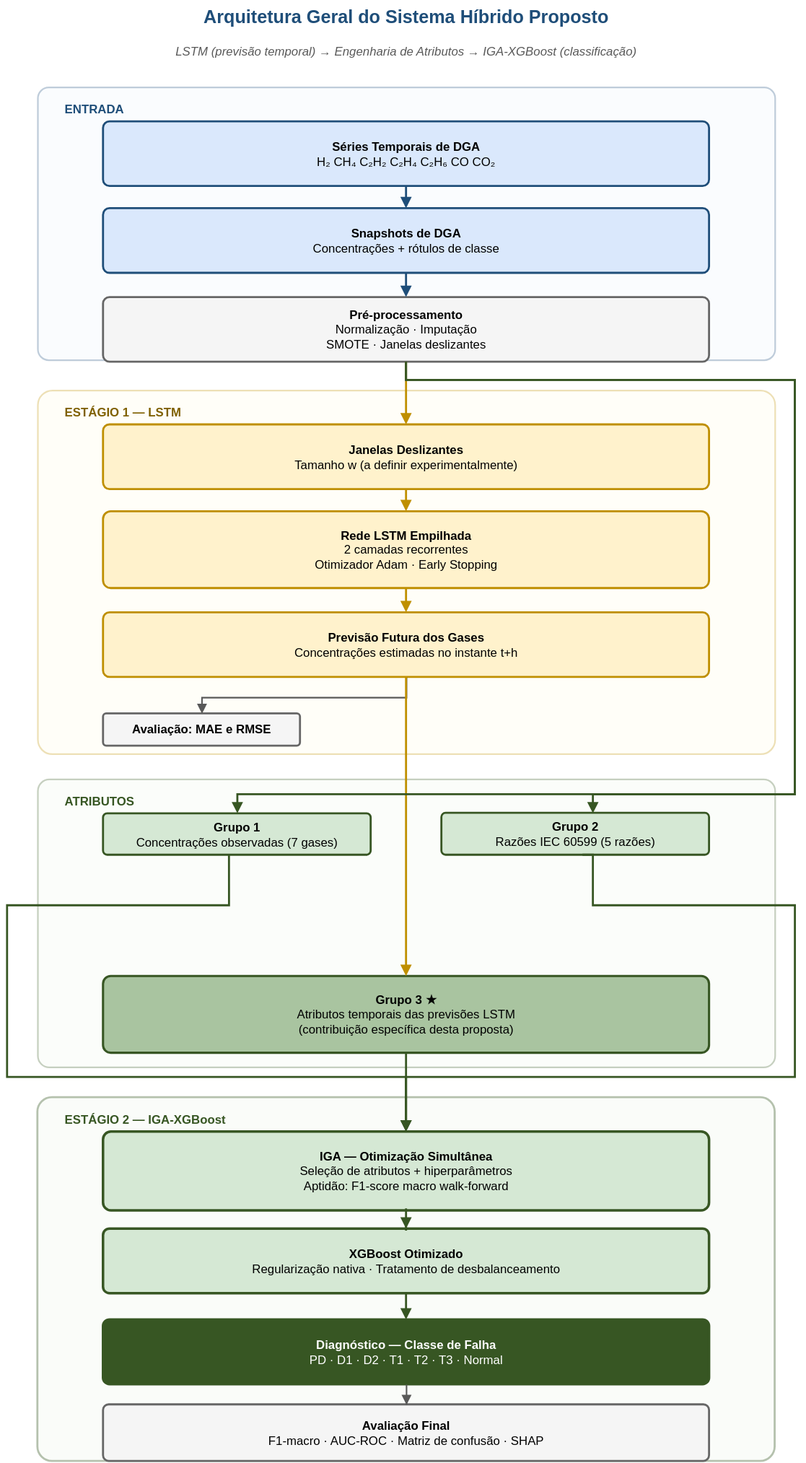
This is tcc-unisinos/figuras/Arquitetura.svg from Andrio530/TCC_Final, a draw.io export, as it was before one commit. Source tidied: cells renumbered, new cells last; positions are measured from the earlier drawing's top-left corner, leaving out a move shared by most shapes.
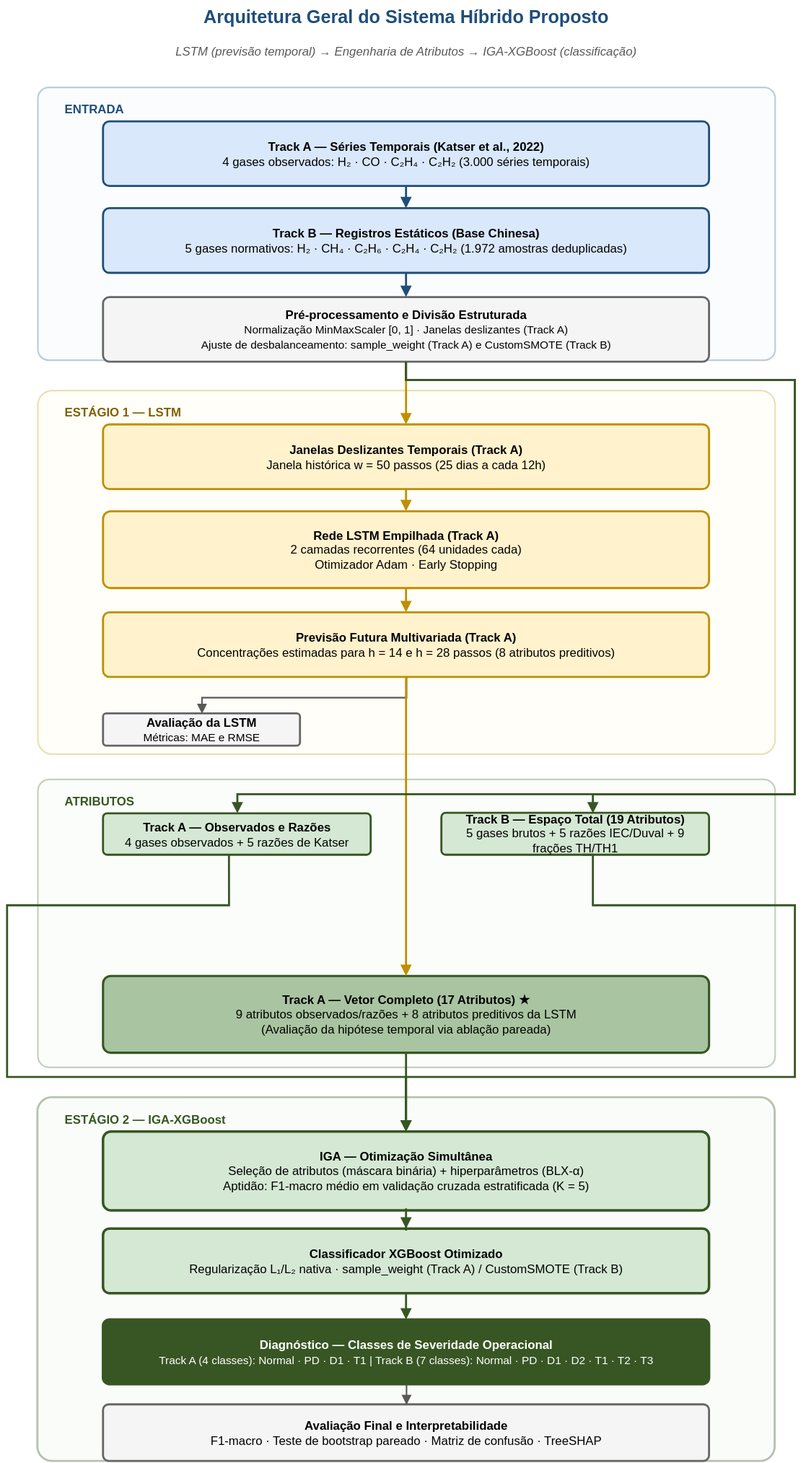
The same file after the commit.

Change to the diagram source:
```diff
@@ -32,46 +32,46 @@
     <mxCell id="11" value="ESTÁGIO 2 — IGA-XGBoost" style="text;html=1;strokeColor=none;fillColor=none;align=left;verticalAlign=middle;fontStyle=1;fontSize=12;fontColor=#375623;" parent="1" vertex="1">
       <mxGeometry x="55" y="1096" width="330" height="24" as="geometry" />
     </mxCell>
-    <mxCell id="12" value="&lt;b&gt;Séries Temporais de DGA&lt;/b&gt;&lt;br/&gt;&lt;font style=&quot;font-size:12px;&quot;&gt;H₂  CH₄  C₂H₂  C₂H₄  C₂H₆  CO  CO₂&lt;/font&gt;" style="rounded=1;whiteSpace=wrap;html=1;strokeWidth=2;fontSize=12;arcSize=10;spacing=6;fillColor=#dae8fc;strokeColor=#1F4E79;" parent="1" vertex="1">
+    <mxCell id="12" value="&lt;b&gt;Track A — Séries Temporais (Katser et al., 2022)&lt;/b&gt;&lt;br/&gt;&lt;font style=&quot;font-size:12px;&quot;&gt;4 gases observados: H₂ · CO · C₂H₄ · C₂H₂ (3.000 séries temporais)&lt;/font&gt;" style="rounded=1;whiteSpace=wrap;html=1;strokeWidth=2;fontSize=12;arcSize=10;spacing=6;fillColor=#dae8fc;strokeColor=#1F4E79;" parent="1" vertex="1">
       <mxGeometry x="95" y="120" width="600" height="64" as="geometry" />
     </mxCell>
-    <mxCell id="13" value="&lt;b&gt;Snapshots de DGA&lt;/b&gt;&lt;br/&gt;&lt;font style=&quot;font-size:12px;&quot;&gt;Concentrações + rótulos de classe&lt;/font&gt;" style="rounded=1;whiteSpace=wrap;html=1;strokeWidth=2;fontSize=12;arcSize=10;spacing=6;fillColor=#dae8fc;strokeColor=#1F4E79;" parent="1" vertex="1">
+    <mxCell id="13" value="&lt;b&gt;Track B — Registros Estáticos (Base Chinesa)&lt;/b&gt;&lt;br/&gt;&lt;font style=&quot;font-size:12px;&quot;&gt;5 gases normativos: H₂ · CH₄ · C₂H₆ · C₂H₄ · C₂H₂ (1.972 amostras deduplicadas)&lt;/font&gt;" style="rounded=1;whiteSpace=wrap;html=1;strokeWidth=2;fontSize=12;arcSize=10;spacing=6;fillColor=#dae8fc;strokeColor=#1F4E79;" parent="1" vertex="1">
       <mxGeometry x="95" y="206" width="600" height="64" as="geometry" />
     </mxCell>
-    <mxCell id="14" value="&lt;font style=&quot;color: rgb(0, 0, 0);&quot;&gt;&lt;b&gt;Pré-processamento&lt;/b&gt;&lt;br&gt;&lt;font style=&quot;font-size:12px;&quot;&gt;Normalização · Imputação&lt;br&gt;SMOTE · Janelas deslizantes&lt;/font&gt;&lt;/font&gt;" style="rounded=1;whiteSpace=wrap;html=1;strokeWidth=2;fontSize=12;arcSize=10;spacing=6;fillColor=#f5f5f5;strokeColor=#666666;" parent="1" vertex="1">
+    <mxCell id="14" value="&lt;font style=&quot;color: rgb(0, 0, 0);&quot;&gt;&lt;b&gt;Pré-processamento e Divisão Estruturada&lt;/b&gt;&lt;br/&gt;&lt;font style=&quot;font-size:11px;&quot;&gt;Normalização MinMaxScaler [0, 1] · Janelas deslizantes (Track A)&lt;br/&gt;Ajuste de desbalanceamento: sample_weight (Track A) e CustomSMOTE (Track B)&lt;/font&gt;&lt;/font&gt;" style="rounded=1;whiteSpace=wrap;html=1;strokeWidth=2;fontSize=12;arcSize=10;spacing=6;fillColor=#f5f5f5;strokeColor=#666666;" parent="1" vertex="1">
       <mxGeometry x="95" y="294" width="600" height="64" as="geometry" />
     </mxCell>
-    <mxCell id="15" value="&lt;b&gt;Janelas Deslizantes&lt;/b&gt;&lt;br/&gt;&lt;font style=&quot;font-size:12px;&quot;&gt;Tamanho w (a definir experimentalmente)&lt;/font&gt;" style="rounded=1;whiteSpace=wrap;html=1;strokeWidth=2;fontSize=12;arcSize=10;spacing=6;fillColor=#fff2cc;strokeColor=#BF8F00;" parent="1" vertex="1">
+    <mxCell id="15" value="&lt;b&gt;Janelas Deslizantes Temporais (Track A)&lt;/b&gt;&lt;br/&gt;&lt;font style=&quot;font-size:12px;&quot;&gt;Janela histórica w = 50 passos (25 dias a cada 12h)&lt;/font&gt;" style="rounded=1;whiteSpace=wrap;html=1;strokeWidth=2;fontSize=12;arcSize=10;spacing=6;fillColor=#fff2cc;strokeColor=#BF8F00;" parent="1" vertex="1">
       <mxGeometry x="95" y="420" width="600" height="64" as="geometry" />
     </mxCell>
-    <mxCell id="16" value="&lt;b&gt;Rede LSTM Empilhada&lt;/b&gt;&lt;br/&gt;&lt;font style=&quot;font-size:12px;&quot;&gt;2 camadas recorrentes&lt;br/&gt;Otimizador Adam · Early Stopping&lt;/font&gt;" style="rounded=1;whiteSpace=wrap;html=1;strokeWidth=2;fontSize=12;arcSize=10;spacing=6;fillColor=#fff2cc;strokeColor=#BF8F00;" parent="1" vertex="1">
+    <mxCell id="16" value="&lt;b&gt;Rede LSTM Empilhada (Track A)&lt;/b&gt;&lt;br/&gt;&lt;font style=&quot;font-size:12px;&quot;&gt;2 camadas recorrentes (64 unidades cada)&lt;br/&gt;Otimizador Adam · Early Stopping&lt;/font&gt;" style="rounded=1;whiteSpace=wrap;html=1;strokeWidth=2;fontSize=12;arcSize=10;spacing=6;fillColor=#fff2cc;strokeColor=#BF8F00;" parent="1" vertex="1">
       <mxGeometry x="95" y="506" width="600" height="76" as="geometry" />
     </mxCell>
-    <mxCell id="17" value="&lt;b&gt;Previsão Futura dos Gases&lt;/b&gt;&lt;br/&gt;&lt;font style=&quot;font-size:12px;&quot;&gt;Concentrações estimadas no instante t+h&lt;/font&gt;" style="rounded=1;whiteSpace=wrap;html=1;strokeWidth=2;fontSize=12;arcSize=10;spacing=6;fillColor=#fff2cc;strokeColor=#BF8F00;" parent="1" vertex="1">
+    <mxCell id="17" value="&lt;b&gt;Previsão Futura Multivariada (Track A)&lt;/b&gt;&lt;br/&gt;&lt;font style=&quot;font-size:12px;&quot;&gt;Concentrações estimadas para h = 14 e h = 28 passos (8 atributos preditivos)&lt;/font&gt;" style="rounded=1;whiteSpace=wrap;html=1;strokeWidth=2;fontSize=12;arcSize=10;spacing=6;fillColor=#fff2cc;strokeColor=#BF8F00;" parent="1" vertex="1">
       <mxGeometry x="95" y="606" width="600" height="64" as="geometry" />
     </mxCell>
-    <mxCell id="18" value="&lt;b&gt;Avaliação: MAE e RMSE&lt;/b&gt;" style="rounded=1;whiteSpace=wrap;html=1;strokeWidth=2;fontSize=12;arcSize=10;spacing=6;fillColor=#f5f5f5;strokeColor=#666666;" parent="1" vertex="1">
+    <mxCell id="18" value="&lt;b&gt;Avaliação da LSTM: MAE e RMSE&lt;/b&gt;" style="rounded=1;whiteSpace=wrap;html=1;strokeWidth=2;fontSize=12;arcSize=10;spacing=6;fillColor=#f5f5f5;strokeColor=#666666;" parent="1" vertex="1">
       <mxGeometry x="95" y="706" width="195" height="32" as="geometry" />
     </mxCell>
-    <mxCell id="19" value="&lt;b&gt;Grupo 1&lt;/b&gt;&lt;br/&gt;&lt;font style=&quot;font-size:12px;&quot;&gt;Concentrações observadas (7 gases)&lt;/font&gt;" style="rounded=1;whiteSpace=wrap;html=1;strokeWidth=2;fontSize=12;arcSize=10;spacing=6;fillColor=#d5e8d4;strokeColor=#375623;" parent="1" vertex="1">
+    <mxCell id="19" value="&lt;b&gt;Track A — Observados e Razões&lt;/b&gt;&lt;br/&gt;&lt;font style=&quot;font-size:12px;&quot;&gt;4 gases observados + 5 razões de Katser&lt;/font&gt;" style="rounded=1;whiteSpace=wrap;html=1;strokeWidth=2;fontSize=12;arcSize=10;spacing=6;fillColor=#d5e8d4;strokeColor=#375623;" parent="1" vertex="1">
       <mxGeometry x="95" y="805" width="265" height="41" as="geometry" />
     </mxCell>
-    <mxCell id="20" value="&lt;b&gt;Grupo 2&lt;/b&gt;&lt;br/&gt;&lt;font style=&quot;font-size:12px;&quot;&gt;Razões IEC 60599 (5 razões)&lt;/font&gt;" style="rounded=1;whiteSpace=wrap;html=1;strokeWidth=2;fontSize=12;arcSize=10;spacing=6;fillColor=#d5e8d4;strokeColor=#375623;" parent="1" vertex="1">
+    <mxCell id="20" value="&lt;b&gt;Track B — Espaço Total (19 Atributos)&lt;/b&gt;&lt;br/&gt;&lt;font style=&quot;font-size:12px;&quot;&gt;5 gases brutos + 5 razões IEC/Duval + 9 frações TH/TH1&lt;/font&gt;" style="rounded=1;whiteSpace=wrap;html=1;strokeWidth=2;fontSize=12;arcSize=10;spacing=6;fillColor=#d5e8d4;strokeColor=#375623;" parent="1" vertex="1">
       <mxGeometry x="430" y="804.5" width="265" height="41.5" as="geometry" />
     </mxCell>
-    <mxCell id="21" value="&lt;b&gt;Grupo 3 ★&lt;/b&gt;&lt;br/&gt;&lt;font style=&quot;font-size:12px;&quot;&gt;Atributos temporais das previsões LSTM&lt;br/&gt;(contribuição específica desta proposta)&lt;/font&gt;" style="rounded=1;whiteSpace=wrap;html=1;strokeWidth=2;fontSize=12;arcSize=10;spacing=6;fillColor=#a9c4a0;strokeColor=#375623;strokeWidth=2.2;" parent="1" vertex="1">
+    <mxCell id="21" value="&lt;b&gt;Track A — Vetor Completo (17 Atributos) ★&lt;/b&gt;&lt;br/&gt;&lt;font style=&quot;font-size:12px;&quot;&gt;9 atributos observados/razões + 8 atributos preditivos da LSTM&lt;br/&gt;(Avaliação da hipótese temporal via ablação pareada)&lt;/font&gt;" style="rounded=1;whiteSpace=wrap;html=1;strokeWidth=2;fontSize=12;arcSize=10;spacing=6;fillColor=#a9c4a0;strokeColor=#375623;strokeWidth=2.2;" parent="1" vertex="1">
       <mxGeometry x="95" y="966" width="600" height="76" as="geometry" />
     </mxCell>
-    <mxCell id="22" value="&lt;b&gt;IGA — Otimização Simultânea&lt;/b&gt;&lt;br/&gt;&lt;font style=&quot;font-size:12px;&quot;&gt;Seleção de atributos + hiperparâmetros&lt;br/&gt;Aptidão: F1-score macro walk-forward&lt;/font&gt;" style="rounded=1;whiteSpace=wrap;html=1;strokeWidth=2;fontSize=12;arcSize=10;spacing=6;fillColor=#d5e8d4;strokeColor=#375623;strokeWidth=2.5;" parent="1" vertex="1">
+    <mxCell id="22" value="&lt;b&gt;IGA — Otimização Simultânea&lt;/b&gt;&lt;br/&gt;&lt;font style=&quot;font-size:12px;&quot;&gt;Seleção de atributos (máscara binária) + hiperparâmetros (BLX-α)&lt;br/&gt;Aptidão: F1-macro médio em validação cruzada estratificada (K = 5)&lt;/font&gt;" style="rounded=1;whiteSpace=wrap;html=1;strokeWidth=2;fontSize=12;arcSize=10;spacing=6;fillColor=#d5e8d4;strokeColor=#375623;strokeWidth=2.5;" parent="1" vertex="1">
       <mxGeometry x="95" y="1120" width="600" height="78" as="geometry" />
     </mxCell>
-    <mxCell id="23" value="&lt;b&gt;XGBoost Otimizado&lt;/b&gt;&lt;br/&gt;&lt;font style=&quot;font-size:12px;&quot;&gt;Regularização nativa · Tratamento de desbalanceamento&lt;/font&gt;" style="rounded=1;whiteSpace=wrap;html=1;strokeWidth=2;fontSize=12;arcSize=10;spacing=6;fillColor=#d5e8d4;strokeColor=#375623;strokeWidth=2.5;" parent="1" vertex="1">
+    <mxCell id="23" value="&lt;b&gt;Classificador XGBoost Otimizado&lt;/b&gt;&lt;br/&gt;&lt;font style=&quot;font-size:12px;&quot;&gt;Regularização L₁/L₂ nativa · sample_weight (Track A) / CustomSMOTE (Track B)&lt;/font&gt;" style="rounded=1;whiteSpace=wrap;html=1;strokeWidth=2;fontSize=12;arcSize=10;spacing=6;fillColor=#d5e8d4;strokeColor=#375623;strokeWidth=2.5;" parent="1" vertex="1">
       <mxGeometry x="95" y="1216" width="600" height="64" as="geometry" />
     </mxCell>
-    <mxCell id="24" value="&lt;b&gt;Diagnóstico — Classe de Falha&lt;/b&gt;&lt;br/&gt;&lt;font style=&quot;font-size:12px;&quot;&gt;PD · D1 · D2 · T1 · T2 · T3 · Normal&lt;/font&gt;" style="rounded=1;whiteSpace=wrap;html=1;strokeWidth=2;fontSize=12;arcSize=10;spacing=6;fillColor=#375623;strokeColor=#375623;strokeWidth=2.5;fontColor=#ffffff;" parent="1" vertex="1">
+    <mxCell id="24" value="&lt;b&gt;Diagnóstico — Classes de Severidade Operacional&lt;/b&gt;&lt;br/&gt;&lt;font style=&quot;font-size:11px;&quot;&gt;Track A (4 classes): Normal · PD · D1 · T1 | Track B (7 classes): Normal · PD · D1 · D2 · T1 · T2 · T3&lt;/font&gt;" style="rounded=1;whiteSpace=wrap;html=1;strokeWidth=2;fontSize=12;arcSize=10;spacing=6;fillColor=#375623;strokeColor=#375623;strokeWidth=2.5;fontColor=#ffffff;" parent="1" vertex="1">
       <mxGeometry x="95" y="1306" width="600" height="64" as="geometry" />
     </mxCell>
-    <mxCell id="25" value="&lt;b&gt;Avaliação Final&lt;/b&gt;&lt;br/&gt;&lt;font style=&quot;font-size:12px;&quot;&gt;F1-macro · AUC-ROC · Matriz de confusão · SHAP&lt;/font&gt;" style="rounded=1;whiteSpace=wrap;html=1;strokeWidth=2;fontSize=12;arcSize=10;spacing=6;fillColor=#f5f5f5;strokeColor=#666666;" parent="1" vertex="1">
+    <mxCell id="25" value="&lt;b&gt;Avaliação Final e Interpretabilidade&lt;/b&gt;&lt;br/&gt;&lt;font style=&quot;font-size:12px;&quot;&gt;F1-macro · Teste de bootstrap pareado · Matriz de confusão · TreeSHAP&lt;/font&gt;" style="rounded=1;whiteSpace=wrap;html=1;strokeWidth=2;fontSize=12;arcSize=10;spacing=6;fillColor=#f5f5f5;strokeColor=#666666;" parent="1" vertex="1">
       <mxGeometry x="95" y="1390" width="600" height="56" as="geometry" />
     </mxCell>
     <mxCell id="26" style="edgeStyle=orthogonalEdgeStyle;rounded=0;jettySize=auto;html=1;strokeColor=#1F4E79;strokeWidth=2;endArrow=block;endFill=1;" parent="1" edge="1" source="12" target="13">
```
